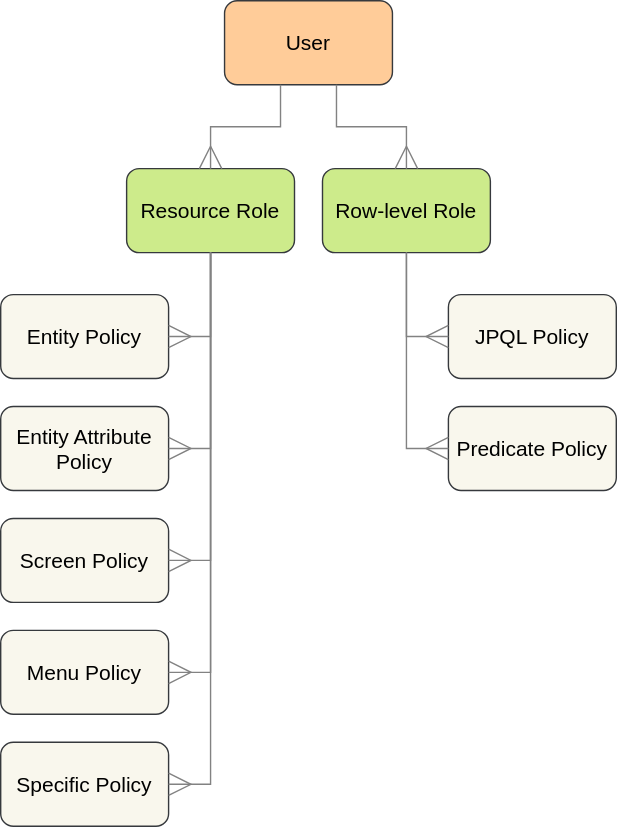
Above: content/modules/security/images/jmix-security-user-roles-policies.drawio.svg in jmix-framework/jmix-docs (draw.io), before the change. Source tidied: cells renumbered, new cells last; positions are measured from the earlier drawing's top-left corner, leaving out a move shared by most shapes.
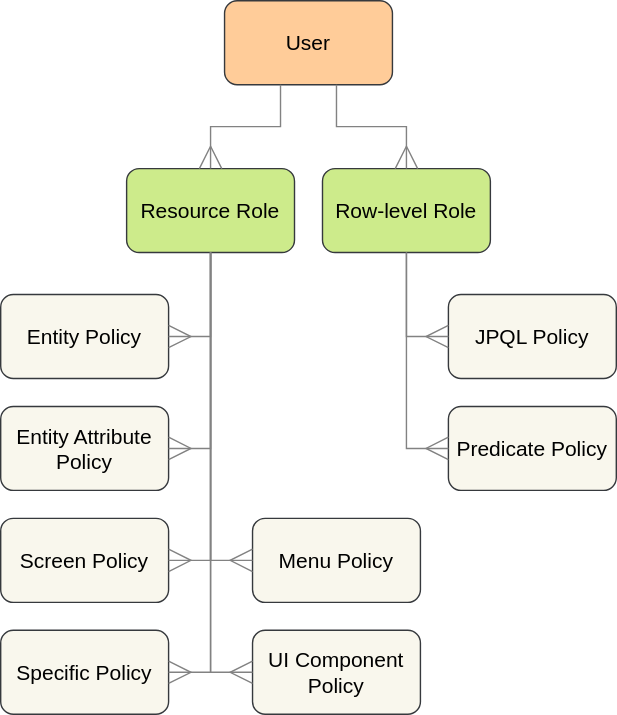
The same diagram one commit later.

Commit message:
UI constraints in security section

Change to the diagram source:
```diff
@@ -35,7 +35,7 @@
       <mxGeometry y="210" width="120" height="60" as="geometry" />
     </mxCell>
     <object id="8" label="&lt;div style=&quot;text-align: left&quot;&gt;&lt;div style=&quot;text-align: center&quot;&gt;&lt;b&gt;%c4Description%&lt;/b&gt;&lt;/div&gt;" c4Description="&#10;" c4Type="Relationship" placeholders="1">
-      <mxCell style="endArrow=ERmany;html=1;fontSize=10;fontColor=#404040;strokeWidth=1;endFill=0;strokeColor=#828282;elbow=vertical;endSize=14;startSize=14;jumpStyle=arc;jumpSize=16;rounded=0;edgeStyle=orthogonalEdgeStyle;" parent="1" edge="1" source="2" target="7">
+      <mxCell style="endArrow=ERmany;html=1;fontSize=10;fontColor=#404040;strokeWidth=1;endFill=0;strokeColor=#828282;elbow=vertical;endSize=14;startSize=14;jumpStyle=none;jumpSize=16;rounded=0;edgeStyle=orthogonalEdgeStyle;" parent="1" edge="1" source="2" target="7">
         <mxGeometry relative="1" as="geometry">
           <Array as="points">
             <mxPoint x="150" y="240" />
@@ -50,13 +50,13 @@
       <mxGeometry y="370" width="120" height="60" as="geometry" />
     </mxCell>
     <mxCell id="11" value="Menu Policy" style="rounded=1;whiteSpace=wrap;html=1;fontSize=15;fillColor=#f9f7ed;strokeColor=#36393d;" parent="1" vertex="1">
-      <mxGeometry y="450" width="120" height="60" as="geometry" />
+      <mxGeometry x="180" y="370" width="120" height="60" as="geometry" />
     </mxCell>
     <mxCell id="12" value="Specific Policy" style="rounded=1;whiteSpace=wrap;html=1;fontSize=15;fillColor=#f9f7ed;strokeColor=#36393d;" parent="1" vertex="1">
-      <mxGeometry y="530" width="120" height="60" as="geometry" />
+      <mxGeometry y="450" width="120" height="60" as="geometry" />
     </mxCell>
     <object id="13" label="&lt;div style=&quot;text-align: left&quot;&gt;&lt;div style=&quot;text-align: center&quot;&gt;&lt;b&gt;%c4Description%&lt;/b&gt;&lt;/div&gt;" c4Description="&#10;" c4Type="Relationship" placeholders="1">
-      <mxCell style="endArrow=ERmany;html=1;fontSize=10;fontColor=#404040;strokeWidth=1;endFill=0;strokeColor=#828282;elbow=vertical;endSize=14;startSize=14;jumpStyle=arc;jumpSize=16;rounded=0;edgeStyle=orthogonalEdgeStyle;exitX=0.5;exitY=1;exitDx=0;exitDy=0;" parent="1" edge="1" source="2" target="9">
+      <mxCell style="endArrow=ERmany;html=1;fontSize=10;fontColor=#404040;strokeWidth=1;endFill=0;strokeColor=#828282;elbow=vertical;endSize=14;startSize=14;jumpStyle=none;jumpSize=16;rounded=0;edgeStyle=orthogonalEdgeStyle;exitX=0.5;exitY=1;exitDx=0;exitDy=0;" parent="1" edge="1" source="2" target="9">
         <mxGeometry relative="1" as="geometry">
           <Array as="points">
             <mxPoint x="150" y="320" />
@@ -65,7 +65,7 @@
       </mxCell>
     </object>
     <object id="14" label="&lt;div style=&quot;text-align: left&quot;&gt;&lt;div style=&quot;text-align: center&quot;&gt;&lt;b&gt;%c4Description%&lt;/b&gt;&lt;/div&gt;" c4Description="&#10;" c4Type="Relationship" placeholders="1">
-      <mxCell style="endArrow=ERmany;html=1;fontSize=10;fontColor=#404040;strokeWidth=1;endFill=0;strokeColor=#828282;elbow=vertical;endSize=14;startSize=14;jumpStyle=arc;jumpSize=16;rounded=0;edgeStyle=orthogonalEdgeStyle;" parent="1" edge="1" target="10">
+      <mxCell style="endArrow=ERmany;html=1;fontSize=10;fontColor=#404040;strokeWidth=1;endFill=0;strokeColor=#828282;elbow=vertical;endSize=14;startSize=14;jumpStyle=none;jumpSize=16;rounded=0;edgeStyle=orthogonalEdgeStyle;" parent="1" edge="1" target="10">
         <mxGeometry relative="1" as="geometry">
           <mxPoint x="150" y="180" as="sourcePoint" />
           <Array as="points">
@@ -75,19 +75,19 @@
       </mxCell>
     </object>
     <object id="15" label="&lt;div style=&quot;text-align: left&quot;&gt;&lt;div style=&quot;text-align: center&quot;&gt;&lt;b&gt;%c4Description%&lt;/b&gt;&lt;/div&gt;" c4Description="&#10;" c4Type="Relationship" placeholders="1">
-      <mxCell style="endArrow=ERmany;html=1;fontSize=10;fontColor=#404040;strokeWidth=1;endFill=0;strokeColor=#828282;elbow=vertical;endSize=14;startSize=14;jumpStyle=arc;jumpSize=16;rounded=0;edgeStyle=orthogonalEdgeStyle;" parent="1" edge="1" source="2" target="11">
+      <mxCell style="endArrow=ERmany;html=1;fontSize=10;fontColor=#404040;strokeWidth=1;endFill=0;strokeColor=#828282;elbow=vertical;endSize=14;startSize=14;jumpStyle=none;jumpSize=16;rounded=0;edgeStyle=orthogonalEdgeStyle;" parent="1" edge="1" source="2" target="11">
         <mxGeometry relative="1" as="geometry">
           <Array as="points">
-            <mxPoint x="150" y="480" />
+            <mxPoint x="150" y="400" />
           </Array>
         </mxGeometry>
       </mxCell>
     </object>
     <object id="16" label="&lt;div style=&quot;text-align: left&quot;&gt;&lt;div style=&quot;text-align: center&quot;&gt;&lt;b&gt;%c4Description%&lt;/b&gt;&lt;/div&gt;" c4Description="&#10;" c4Type="Relationship" placeholders="1">
-      <mxCell style="endArrow=ERmany;html=1;fontSize=10;fontColor=#404040;strokeWidth=1;endFill=0;strokeColor=#828282;elbow=vertical;endSize=14;startSize=14;jumpStyle=arc;jumpSize=16;rounded=0;edgeStyle=orthogonalEdgeStyle;" parent="1" edge="1" source="2" target="12">
+      <mxCell style="endArrow=ERmany;html=1;fontSize=10;fontColor=#404040;strokeWidth=1;endFill=0;strokeColor=#828282;elbow=vertical;endSize=14;startSize=14;jumpStyle=none;jumpSize=16;rounded=0;edgeStyle=orthogonalEdgeStyle;" parent="1" edge="1" source="2" target="12">
         <mxGeometry relative="1" as="geometry">
           <Array as="points">
-            <mxPoint x="150" y="560" />
+            <mxPoint x="150" y="480" />
           </Array>
         </mxGeometry>
       </mxCell>
@@ -96,7 +96,7 @@
       <mxGeometry x="320" y="210" width="120" height="60" as="geometry" />
     </mxCell>
     <object id="18" label="&lt;div style=&quot;text-align: left&quot;&gt;&lt;div style=&quot;text-align: center&quot;&gt;&lt;b&gt;%c4Description%&lt;/b&gt;&lt;/div&gt;" c4Description="&#10;" c4Type="Relationship" placeholders="1">
-      <mxCell style="endArrow=ERmany;html=1;fontSize=10;fontColor=#404040;strokeWidth=1;endFill=0;strokeColor=#828282;elbow=vertical;endSize=14;startSize=14;jumpStyle=arc;jumpSize=16;rounded=0;edgeStyle=orthogonalEdgeStyle;" parent="1" edge="1" source="4" target="17">
+      <mxCell style="endArrow=ERmany;html=1;fontSize=10;fontColor=#404040;strokeWidth=1;endFill=0;strokeColor=#828282;elbow=vertical;endSize=14;startSize=14;jumpStyle=none;jumpSize=16;rounded=0;edgeStyle=orthogonalEdgeStyle;" parent="1" edge="1" source="4" target="17">
         <mxGeometry relative="1" as="geometry">
           <Array as="points">
             <mxPoint x="290" y="240" />
@@ -108,7 +108,7 @@
       <mxGeometry x="320" y="290" width="120" height="60" as="geometry" />
     </mxCell>
     <object id="20" label="&lt;div style=&quot;text-align: left&quot;&gt;&lt;div style=&quot;text-align: center&quot;&gt;&lt;b&gt;%c4Description%&lt;/b&gt;&lt;/div&gt;" c4Description="&#10;" c4Type="Relationship" placeholders="1">
-      <mxCell style="endArrow=ERmany;html=1;fontSize=10;fontColor=#404040;strokeWidth=1;endFill=0;strokeColor=#828282;elbow=vertical;endSize=14;startSize=14;jumpStyle=arc;jumpSize=16;rounded=0;edgeStyle=orthogonalEdgeStyle;" parent="1" edge="1" source="4" target="19">
+      <mxCell style="endArrow=ERmany;html=1;fontSize=10;fontColor=#404040;strokeWidth=1;endFill=0;strokeColor=#828282;elbow=vertical;endSize=14;startSize=14;jumpStyle=none;jumpSize=16;rounded=0;edgeStyle=orthogonalEdgeStyle;" parent="1" edge="1" source="4" target="19">
         <mxGeometry relative="1" as="geometry">
           <Array as="points">
             <mxPoint x="290" y="320" />
@@ -116,5 +116,17 @@
         </mxGeometry>
       </mxCell>
     </object>
+    <mxCell id="21" value="UI Component Policy" style="rounded=1;whiteSpace=wrap;html=1;fontSize=15;fillColor=#f9f7ed;strokeColor=#36393d;" parent="1" vertex="1">
+      <mxGeometry x="180" y="450" width="120" height="60" as="geometry" />
+    </mxCell>
+    <object id="22" label="&lt;div style=&quot;text-align: left&quot;&gt;&lt;div style=&quot;text-align: center&quot;&gt;&lt;b&gt;%c4Description%&lt;/b&gt;&lt;/div&gt;" c4Description="&#10;" c4Type="Relationship" placeholders="1">
+      <mxCell style="endArrow=ERmany;html=1;fontSize=10;fontColor=#404040;strokeWidth=1;endFill=0;strokeColor=#828282;elbow=vertical;endSize=14;startSize=14;jumpStyle=none;jumpSize=16;rounded=0;edgeStyle=orthogonalEdgeStyle;" parent="1" edge="1" source="2" target="21">
+        <mxGeometry relative="1" as="geometry">
+          <Array as="points">
+            <mxPoint x="150" y="480" />
+          </Array>
+        </mxGeometry>
+      </mxCell>
+    </object>
   </root>
 </mxGraphModel>
```
